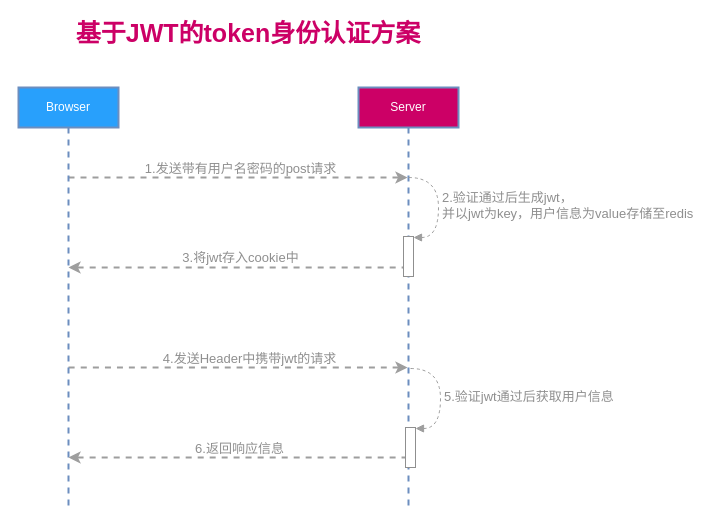
Above: jwt token示意图.drawio in ammengke/my-drawio (draw.io), before the change. Source tidied: cells renumbered, new cells numbered last; positions are measured from the earlier drawing's top-left corner, leaving out a move shared by most shapes. Both pictures are drawn from the tidied source at 100%, with x=0, y=0 at pixel (18, 17).
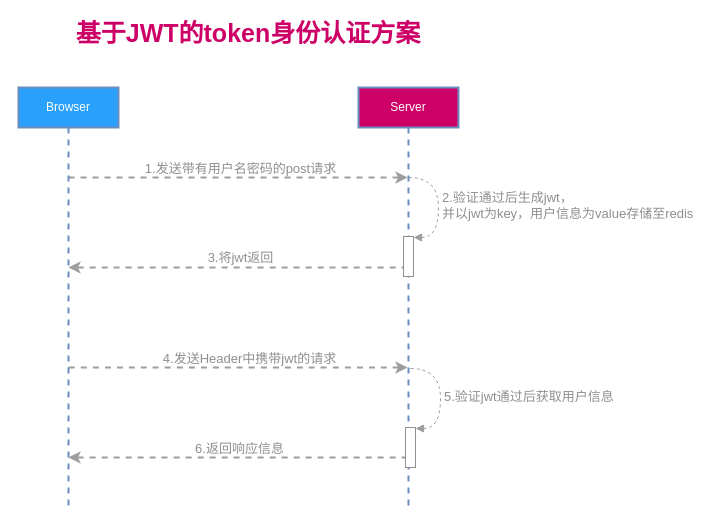
The same page after the edit.

Commit message:
更新jwt token示意图.drawio

The change refers to these unchanged cells:
```xml
<mxCell id="7" style="edgeStyle=orthogonalEdgeStyle;curved=1;rounded=0;jettySize=auto;html=1;dashed=1;strokeColor=#9E9E9E;fontSize=13;fontColor=#8F8F8F;strokeWidth=2;" parent="1" edge="1" source="11" target="6">
  <mxGeometry relative="1" as="geometry">
    <Array as="points">
      <mxPoint x="250" y="250" />
      <mxPoint x="250" y="250" />
    </Array>
  </mxGeometry>
</mxCell>
```

The edit, as a diff of the source:
```diff
@@
-    <mxCell id="8" value="3.将jwt存入cookie中" style="edgeLabel;html=1;align=center;verticalAlign=middle;fontSize=13;fontColor=#8F8F8F;" parent="7" vertex="1">
+    <mxCell id="8" value="3.将jwt返回" style="edgeLabel;html=1;align=center;verticalAlign=middle;fontSize=13;fontColor=#8F8F8F;" parent="7" vertex="1">
       <mxGeometry x="-0.14" relative="1" as="geometry">
         <mxPoint x="-22" y="-11" as="offset" />
       </mxGeometry>
     </mxCell>
```
